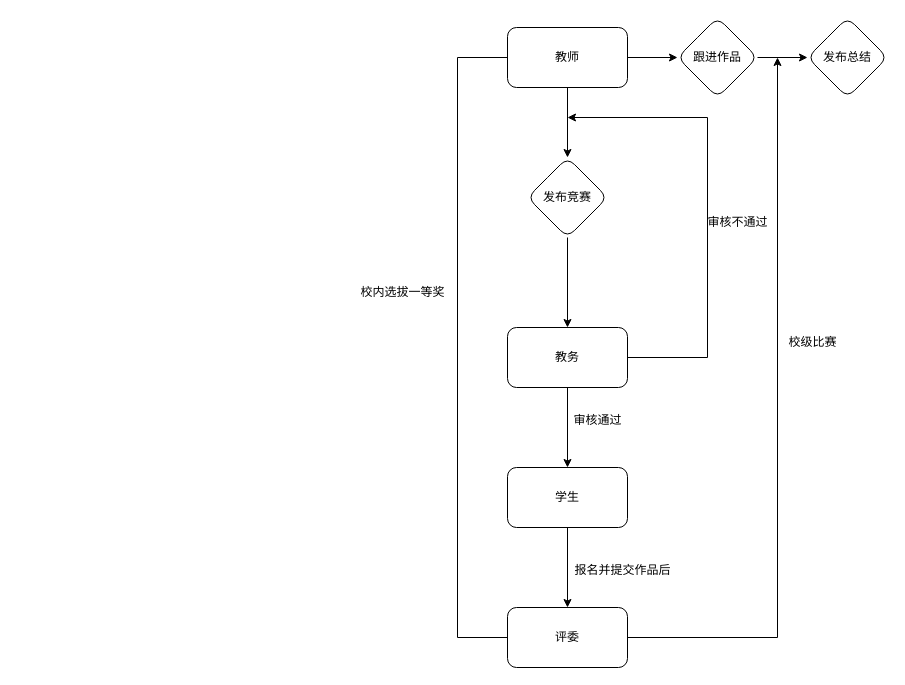
Earlier version of the draw.io diagram teacher.drawio (zhamaolei/javaproject). Source tidied: cells renumbered, new cells numbered last; positions are measured from the earlier drawing's top-left corner, leaving out a move shared by most shapes. Both pictures are drawn from the tidied source at 100%, with x=0, y=0 at pixel (347, 17).
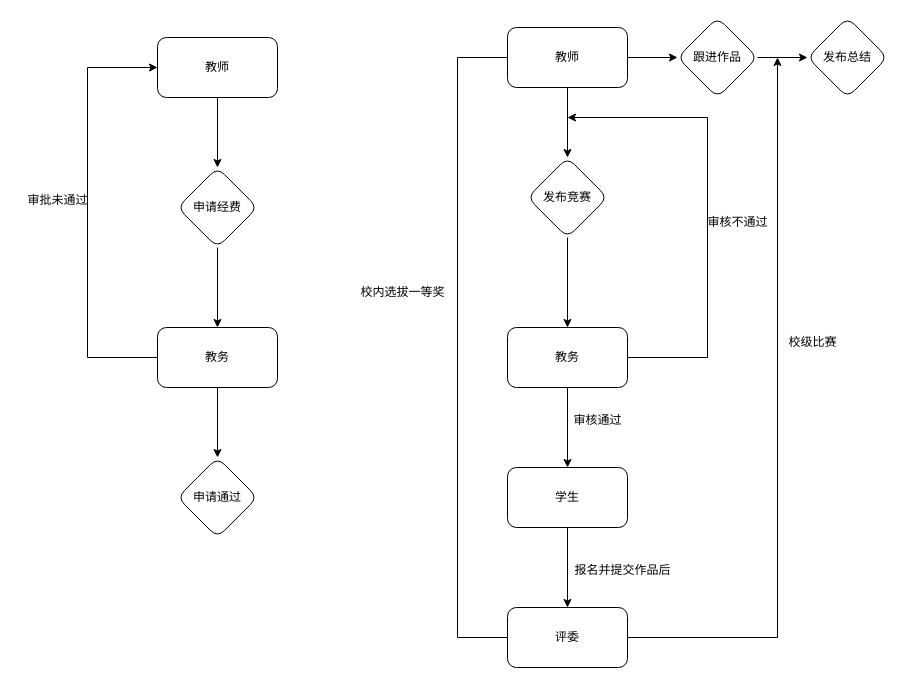
Above is the later version.

What changed in the source:
```diff
@@
+    <mxCell id="23" style="edgeStyle=orthogonalEdgeStyle;rounded=0;jettySize=auto;html=1;" parent="1" edge="1" source="28" target="26">
+      <mxGeometry relative="1" as="geometry" />
+    </mxCell>
+    <mxCell id="24" value="教师" style="rounded=1;whiteSpace=wrap;html=1;" parent="1" vertex="1">
+      <mxGeometry x="-190" y="20" width="120" height="60" as="geometry" />
+    </mxCell>
+    <mxCell id="25" style="edgeStyle=orthogonalEdgeStyle;rounded=0;jettySize=auto;html=1;" parent="1" edge="1" source="26" target="29">
+      <mxGeometry relative="1" as="geometry" />
+    </mxCell>
+    <mxCell id="26" value="教务" style="whiteSpace=wrap;html=1;rounded=1;" parent="1" vertex="1">
+      <mxGeometry x="-190" y="310" width="120" height="60" as="geometry" />
+    </mxCell>
+    <mxCell id="27" style="edgeStyle=orthogonalEdgeStyle;rounded=0;jettySize=auto;html=1;" parent="1" edge="1" source="24" target="28">
+      <mxGeometry relative="1" as="geometry" />
+    </mxCell>
+    <mxCell id="28" value="申请经费" style="rhombus;whiteSpace=wrap;html=1;rounded=1;" parent="1" vertex="1">
+      <mxGeometry x="-170" y="150" width="80" height="80" as="geometry" />
+    </mxCell>
+    <mxCell id="29" value="申请通过" style="rhombus;whiteSpace=wrap;html=1;rounded=1;" parent="1" vertex="1">
+      <mxGeometry x="-170" y="440" width="80" height="80" as="geometry" />
+    </mxCell>
+    <mxCell id="30" style="endArrow=classic;html=1;rounded=0;entryX=0;entryY=0.5;entryDx=0;entryDy=0;" parent="1" edge="1" target="24">
+      <mxGeometry relative="1" as="geometry">
+        <mxPoint x="-190" y="340" as="sourcePoint" />
+        <Array as="points">
+          <mxPoint x="-260" y="340" />
+          <mxPoint x="-260" y="50" />
+        </Array>
+      </mxGeometry>
+    </mxCell>
+    <mxCell id="31" value="审批未通过" style="text;html=1;align=center;verticalAlign=middle;strokeColor=none;fillColor=none;" parent="1" vertex="1">
+      <mxGeometry x="-330" y="168" width="80" height="30" as="geometry" />
+    </mxCell>
```
